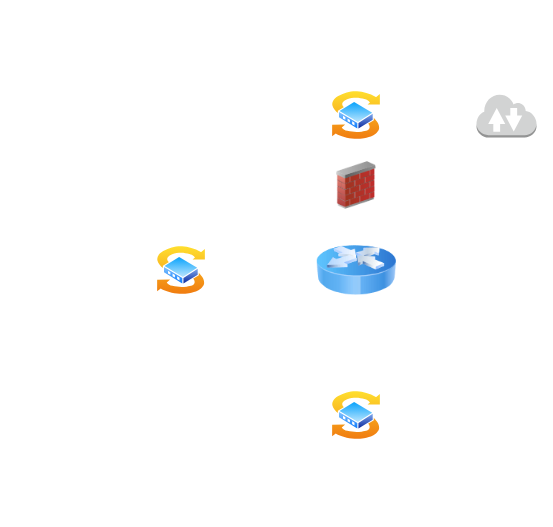
Earlier version of the draw.io diagram 02_Networking/Diagram zonder titel.drawio (techgrounds/techgrounds-JonBoers). Source tidied: cells renumbered, new cells numbered last; positions are measured from the earlier drawing's top-left corner, leaving out a move shared by most shapes. Both pictures are drawn from the tidied source at 100%, with x=0, y=0 at pixel (156, 90).
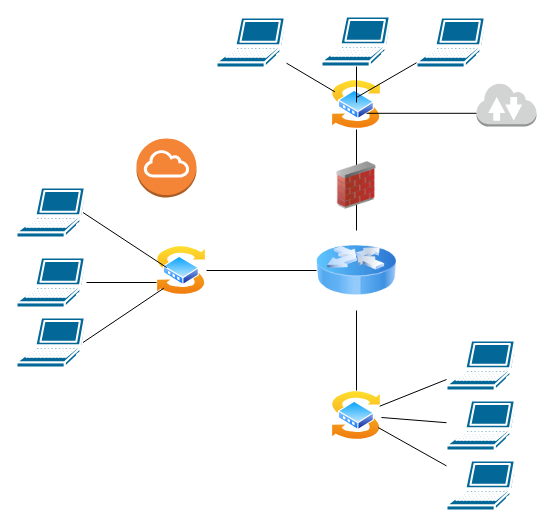
Above is the later version.

The change refers to these unchanged cells:
```xml
<mxCell id="2" style="image;html=1;image=img/lib/clip_art/networking/Router_Icon_128x128.png;" parent="1" vertex="1">
  <mxGeometry x="160" y="140" width="80" height="80" as="geometry" />
</mxCell>
<mxCell id="4" style="image;perimeter=ellipsePerimeter;html=1;align=center;shadow=0;dashed=0;spacingTop=3;image=img/lib/active_directory/switch.svg;" parent="1" vertex="1">
  <mxGeometry x="175" y="300" width="50" height="50" as="geometry" />
</mxCell>
<mxCell id="5" style="image;perimeter=ellipsePerimeter;html=1;align=center;shadow=0;dashed=0;spacingTop=3;image=img/lib/active_directory/switch.svg;" parent="1" vertex="1">
  <mxGeometry y="155" width="50" height="50" as="geometry" />
</mxCell>
```

The edit, as a diff of the source:
```diff
@@
     <mxCell id="3" style="image;perimeter=ellipsePerimeter;html=1;align=center;shadow=0;dashed=0;spacingTop=3;image=img/lib/active_directory/switch.svg;" parent="1" vertex="1">
-      <mxGeometry x="175" width="50" height="50" as="geometry" />
+      <mxGeometry x="175" y="-11" width="50" height="50" as="geometry" />
     </mxCell>
@@
+    <mxCell id="7" style="outlineConnect=0;dashed=0;verticalLabelPosition=bottom;verticalAlign=top;align=center;html=1;shape=mxgraph.aws3.internet_2;fillColor=#D2D3D3;gradientColor=none;" parent="1" vertex="1">
+      <mxGeometry x="320" y="-8" width="60" height="44" as="geometry" />
+    </mxCell>
+    <mxCell id="8" style="endArrow=none;html=1;rounded=0;entryX=0;entryY=0.5;entryDx=0;entryDy=0;" parent="1" edge="1" source="5" target="2">
+      <mxGeometry relative="1" as="geometry" />
+    </mxCell>
+    <mxCell id="9" style="endArrow=none;html=1;rounded=0;" parent="1" edge="1" source="2" target="3">
+      <mxGeometry relative="1" as="geometry" />
+    </mxCell>
@@
-    <mxCell id="7" style="outlineConnect=0;dashed=0;verticalLabelPosition=bottom;verticalAlign=top;align=center;html=1;shape=mxgraph.aws3.internet_2;fillColor=#D2D3D3;gradientColor=none;" parent="1" vertex="1">
-      <mxGeometry x="320" y="3" width="60" height="44" as="geometry" />
-    </mxCell>
+    <mxCell id="10" style="endArrow=none;html=1;rounded=0;entryX=0;entryY=0.7;entryDx=0;entryDy=0;entryPerimeter=0;exitX=0.7;exitY=0.676;exitDx=0;exitDy=0;exitPerimeter=0;" parent="1" edge="1" source="3" target="7">
+      <mxGeometry relative="1" as="geometry" />
+    </mxCell>
+    <mxCell id="11" style="endArrow=none;html=1;rounded=0;" parent="1" edge="1" source="4" target="2">
+      <mxGeometry relative="1" as="geometry" />
+    </mxCell>
+    <mxCell id="12" style="shape=mxgraph.cisco.computers_and_peripherals.laptop;html=1;dashed=0;fillColor=#036897;strokeColor=#ffffff;strokeWidth=2;verticalLabelPosition=bottom;verticalAlign=top;align=center;outlineConnect=0;" parent="1" vertex="1">
+      <mxGeometry x="-140" y="227" width="70" height="50" as="geometry" />
+    </mxCell>
+    <mxCell id="13" style="shape=mxgraph.cisco.computers_and_peripherals.laptop;html=1;dashed=0;fillColor=#036897;strokeColor=#ffffff;strokeWidth=2;verticalLabelPosition=bottom;verticalAlign=top;align=center;outlineConnect=0;" parent="1" vertex="1">
+      <mxGeometry x="-140" y="167" width="70" height="50" as="geometry" />
+    </mxCell>
+    <mxCell id="14" style="shape=mxgraph.cisco.computers_and_peripherals.laptop;html=1;dashed=0;fillColor=#036897;strokeColor=#ffffff;strokeWidth=2;verticalLabelPosition=bottom;verticalAlign=top;align=center;outlineConnect=0;" parent="1" vertex="1">
+      <mxGeometry x="260" y="-73" width="70" height="50" as="geometry" />
+    </mxCell>
+    <mxCell id="15" style="shape=mxgraph.cisco.computers_and_peripherals.laptop;html=1;dashed=0;fillColor=#036897;strokeColor=#ffffff;strokeWidth=2;verticalLabelPosition=bottom;verticalAlign=top;align=center;outlineConnect=0;" parent="1" vertex="1">
+      <mxGeometry x="60" y="-73" width="70" height="50" as="geometry" />
+    </mxCell>
+    <mxCell id="16" style="shape=mxgraph.cisco.computers_and_peripherals.laptop;html=1;dashed=0;fillColor=#036897;strokeColor=#ffffff;strokeWidth=2;verticalLabelPosition=bottom;verticalAlign=top;align=center;outlineConnect=0;" parent="1" vertex="1">
+      <mxGeometry x="290" y="370" width="70" height="50" as="geometry" />
+    </mxCell>
+    <mxCell id="17" style="shape=mxgraph.cisco.computers_and_peripherals.laptop;html=1;dashed=0;fillColor=#036897;strokeColor=#ffffff;strokeWidth=2;verticalLabelPosition=bottom;verticalAlign=top;align=center;outlineConnect=0;" parent="1" vertex="1">
+      <mxGeometry x="-140" y="97" width="70" height="50" as="geometry" />
+    </mxCell>
+    <mxCell id="18" style="shape=mxgraph.cisco.computers_and_peripherals.laptop;html=1;dashed=0;fillColor=#036897;strokeColor=#ffffff;strokeWidth=2;verticalLabelPosition=bottom;verticalAlign=top;align=center;outlineConnect=0;" parent="1" vertex="1">
+      <mxGeometry x="290" y="250" width="70" height="50" as="geometry" />
+    </mxCell>
+    <mxCell id="19" style="shape=mxgraph.cisco.computers_and_peripherals.laptop;html=1;dashed=0;fillColor=#036897;strokeColor=#ffffff;strokeWidth=2;verticalLabelPosition=bottom;verticalAlign=top;align=center;outlineConnect=0;" parent="1" vertex="1">
+      <mxGeometry x="290" y="310" width="70" height="50" as="geometry" />
+    </mxCell>
+    <mxCell id="20" style="endArrow=none;html=1;rounded=0;" parent="1" edge="1" source="3" target="15">
+      <mxGeometry relative="1" as="geometry" />
+    </mxCell>
+    <mxCell id="21" style="shape=mxgraph.cisco.computers_and_peripherals.laptop;html=1;dashed=0;fillColor=#036897;strokeColor=#ffffff;strokeWidth=2;verticalLabelPosition=bottom;verticalAlign=top;align=center;outlineConnect=0;" parent="1" vertex="1">
+      <mxGeometry x="165" y="-74" width="70" height="50" as="geometry" />
+    </mxCell>
+    <mxCell id="22" style="endArrow=none;html=1;rounded=0;" parent="1" edge="1" target="21">
+      <mxGeometry relative="1" as="geometry">
+        <mxPoint x="200" y="12" as="sourcePoint" />
+      </mxGeometry>
+    </mxCell>
+    <mxCell id="23" style="endArrow=none;html=1;rounded=0;" parent="1" edge="1" target="14">
+      <mxGeometry relative="1" as="geometry">
+        <mxPoint x="200" y="7" as="sourcePoint" />
+      </mxGeometry>
+    </mxCell>
+    <mxCell id="24" style="endArrow=none;html=1;rounded=0;entryX=0.95;entryY=0.5;entryDx=0;entryDy=0;entryPerimeter=0;" parent="1" edge="1" target="17">
+      <mxGeometry relative="1" as="geometry">
+        <mxPoint x="10" y="177" as="sourcePoint" />
+      </mxGeometry>
+    </mxCell>
+    <mxCell id="25" style="endArrow=none;html=1;rounded=0;" parent="1" edge="1" source="13">
+      <mxGeometry relative="1" as="geometry">
+        <mxPoint y="192" as="targetPoint" />
+      </mxGeometry>
+    </mxCell>
+    <mxCell id="26" style="endArrow=none;html=1;rounded=0;exitX=0.95;exitY=0.5;exitDx=0;exitDy=0;exitPerimeter=0;entryX=0;entryY=1;entryDx=0;entryDy=0;" parent="1" edge="1" source="12" target="5">
+      <mxGeometry relative="1" as="geometry" />
+    </mxCell>
+    <mxCell id="27" style="endArrow=none;html=1;rounded=0;" parent="1" edge="1" source="18" target="4">
+      <mxGeometry relative="1" as="geometry" />
+    </mxCell>
+    <mxCell id="28" style="endArrow=none;html=1;rounded=0;" parent="1" edge="1" source="19" target="4">
+      <mxGeometry relative="1" as="geometry" />
+    </mxCell>
+    <mxCell id="29" style="endArrow=none;html=1;rounded=0;" parent="1" edge="1" source="4" target="16">
+      <mxGeometry relative="1" as="geometry" />
+    </mxCell>
+    <mxCell id="30" style="dashed=0;verticalLabelPosition=bottom;verticalAlign=top;align=center;html=1;shape=mxgraph.aws3.internet_gateway;fillColor=#F58536;gradientColor=none;" parent="1" vertex="1">
+      <mxGeometry x="-20" y="48" width="60" height="59" as="geometry" />
+    </mxCell>
```
